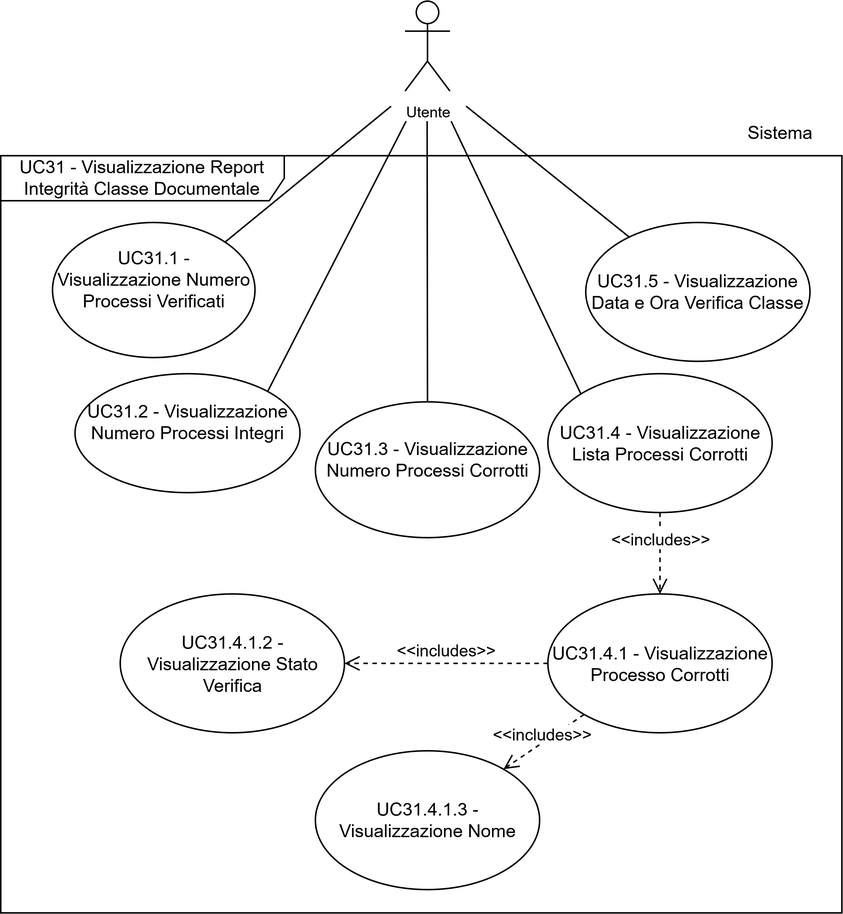
Above: assets/uml/UC31INC.png in 7-ZPUs/Docs (draw.io), before the change. Source tidied: cells renumbered, new cells last; positions are measured from the earlier drawing's top-left corner, leaving out a move shared by most shapes. The source it was exported from:
```xml
<mxGraphModel>
  <root>
    <mxCell id="0" />
    <mxCell id="1" parent="0" />
    <mxCell id="2" value=" UC31.1 - Visualizzazione Numero Processi Verificati&lt;div&gt;&lt;br/&gt;&lt;/div&gt;" style="ellipse;whiteSpace=wrap;html=1;" parent="1" vertex="1">
      <mxGeometry x="34.5" y="147.8" width="135" height="90" as="geometry" />
    </mxCell>
    <mxCell id="3" style="rounded=0;jettySize=auto;html=1;entryX=1;entryY=0;entryDx=0;entryDy=0;strokeColor=default;endArrow=none;endFill=0;" parent="1" edge="1" target="2">
      <mxGeometry relative="1" as="geometry">
        <mxPoint x="260.2" y="70.2" as="sourcePoint" />
      </mxGeometry>
    </mxCell>
    <mxCell id="4" value="&lt;font style=&quot;font-size: 10px;&quot;&gt;Utente&lt;/font&gt;" style="shape=umlActor;verticalLabelPosition=bottom;verticalAlign=top;html=1;" parent="1" vertex="1">
      <mxGeometry x="269.5" y="0.2" width="30" height="60" as="geometry" />
    </mxCell>
    <mxCell id="5" value="UC31 - Visualizzazione Report Integrità Classe Documentale" style="shape=umlFrame;whiteSpace=wrap;html=1;width=189;height=30;" parent="1" vertex="1">
      <mxGeometry y="103.2" width="560.8" height="504.5" as="geometry" />
    </mxCell>
    <mxCell id="6" value=" UC31.2 - Visualizzazione Numero Processi Integri&lt;div&gt;&lt;br/&gt;&lt;/div&gt;" style="ellipse;whiteSpace=wrap;html=1;" parent="1" vertex="1">
      <mxGeometry x="49.5" y="248.5" width="150" height="79.2" as="geometry" />
    </mxCell>
    <mxCell id="7" style="rounded=0;jettySize=auto;html=1;entryX=1;entryY=0;entryDx=0;entryDy=0;strokeColor=default;endArrow=none;endFill=0;" parent="1" edge="1" target="6">
      <mxGeometry relative="1" as="geometry">
        <mxPoint x="270.2" y="80.2" as="sourcePoint" />
      </mxGeometry>
    </mxCell>
    <mxCell id="8" value="UC31.3 - Visualizzazione Numero Processi Corrotti&lt;div&gt;&lt;br/&gt;&lt;/div&gt;" style="ellipse;whiteSpace=wrap;html=1;" parent="1" vertex="1">
      <mxGeometry x="209.8" y="267.2" width="149.5" height="90.5" as="geometry" />
    </mxCell>
    <mxCell id="9" style="rounded=0;jettySize=auto;html=1;entryX=0.5;entryY=0;entryDx=0;entryDy=0;strokeColor=default;endArrow=none;endFill=0;" parent="1" edge="1" target="8">
      <mxGeometry relative="1" as="geometry">
        <mxPoint x="284.2" y="80.2" as="sourcePoint" />
      </mxGeometry>
    </mxCell>
    <mxCell id="10" value="&lt;font style=&quot;font-size: 12px;&quot;&gt;Sistema&lt;/font&gt;" style="text;html=1;whiteSpace=wrap;strokeColor=none;fillColor=none;align=center;verticalAlign=middle;rounded=0;fontSize=10;" parent="1" vertex="1">
      <mxGeometry x="489.5" y="73.2" width="60" height="30" as="geometry" />
    </mxCell>
    <mxCell id="11" value="UC31.4 - Visualizzazione Lista Processi Corrotti" style="ellipse;whiteSpace=wrap;html=1;" parent="1" vertex="1">
      <mxGeometry x="364.8" y="248.5" width="149.5" height="92.5" as="geometry" />
    </mxCell>
    <mxCell id="12" style="rounded=0;jettySize=auto;html=1;strokeColor=default;endArrow=none;endFill=0;entryX=0;entryY=0;entryDx=0;entryDy=0;" parent="1" edge="1" target="11">
      <mxGeometry relative="1" as="geometry">
        <mxPoint x="300.2" y="80.2" as="sourcePoint" />
      </mxGeometry>
    </mxCell>
    <mxCell id="13" value="UC31.5 - Visualizzazione Data e Ora Verifica Classe" style="ellipse;whiteSpace=wrap;html=1;" parent="1" vertex="1">
      <mxGeometry x="390" y="147.8" width="149.5" height="92.5" as="geometry" />
    </mxCell>
    <mxCell id="14" style="rounded=0;jettySize=auto;html=1;strokeColor=default;endArrow=none;endFill=0;" parent="1" edge="1" target="13">
      <mxGeometry relative="1" as="geometry">
        <mxPoint x="310.2" y="70.2" as="sourcePoint" />
      </mxGeometry>
    </mxCell>
    <mxCell id="15" value="UC31.4.1 - Visualizzazione Processo Corrotti" style="ellipse;whiteSpace=wrap;html=1;" parent="1" vertex="1">
      <mxGeometry x="364.8" y="395.2" width="149.5" height="92.5" as="geometry" />
    </mxCell>
    <mxCell id="16" value="UC31.4.1.3 - Visualizzazione Nome" style="ellipse;whiteSpace=wrap;html=1;" parent="1" vertex="1">
      <mxGeometry x="209.8" y="499.8" width="149.5" height="92.5" as="geometry" />
    </mxCell>
    <mxCell id="17" value="UC31.4.1.2 - Visualizzazione Stato Verifica" style="ellipse;whiteSpace=wrap;html=1;" parent="1" vertex="1">
      <mxGeometry x="79.6" y="395.2" width="149.5" height="92.5" as="geometry" />
    </mxCell>
    <mxCell id="18" value="&amp;lt;&amp;lt;includes&amp;gt;&amp;gt;" style="html=1;verticalAlign=bottom;endArrow=open;dashed=1;endSize=8;curved=0;rounded=0;" parent="1" edge="1" source="11" target="15">
      <mxGeometry relative="1" as="geometry" />
    </mxCell>
    <mxCell id="19" value="&amp;lt;&amp;lt;includes&amp;gt;&amp;gt;" style="html=1;verticalAlign=bottom;endArrow=open;dashed=1;endSize=8;curved=0;rounded=0;" parent="1" edge="1" source="15" target="17">
      <mxGeometry relative="1" as="geometry" />
    </mxCell>
    <mxCell id="20" value="&amp;lt;&amp;lt;includes&amp;gt;&amp;gt;" style="html=1;verticalAlign=bottom;endArrow=open;dashed=1;endSize=8;curved=0;rounded=0;" parent="1" edge="1" source="15" target="16">
      <mxGeometry x="0.1" y="3" relative="1" as="geometry" />
    </mxCell>
  </root>
</mxGraphModel>
```
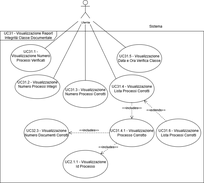
Above is the later version.

Diff of the diagram source:
```diff
@@ -14,7 +14,7 @@
       <mxGeometry x="269.5" y="0.2" width="30" height="60" as="geometry" />
     </mxCell>
     <mxCell id="5" value="UC31 - Visualizzazione Report Integrità Classe Documentale" style="shape=umlFrame;whiteSpace=wrap;html=1;width=189;height=30;" parent="1" vertex="1">
-      <mxGeometry y="103.2" width="560.8" height="504.5" as="geometry" />
+      <mxGeometry y="103.2" width="680" height="504.5" as="geometry" />
     </mxCell>
     <mxCell id="6" value=" UC31.2 - Visualizzazione Numero Processi Integri&lt;div&gt;&lt;br/&gt;&lt;/div&gt;" style="ellipse;whiteSpace=wrap;html=1;" parent="1" vertex="1">
       <mxGeometry x="49.5" y="248.5" width="150" height="79.2" as="geometry" />
@@ -51,13 +51,13 @@
         <mxPoint x="310.2" y="70.2" as="sourcePoint" />
       </mxGeometry>
     </mxCell>
-    <mxCell id="15" value="UC31.4.1 - Visualizzazione Processo Corrotti" style="ellipse;whiteSpace=wrap;html=1;" parent="1" vertex="1">
+    <mxCell id="15" value="UC31.4.1 - Visualizzazione Processo Corrotto" style="ellipse;whiteSpace=wrap;html=1;" parent="1" vertex="1">
       <mxGeometry x="364.8" y="395.2" width="149.5" height="92.5" as="geometry" />
     </mxCell>
-    <mxCell id="16" value="UC31.4.1.3 - Visualizzazione Nome" style="ellipse;whiteSpace=wrap;html=1;" parent="1" vertex="1">
+    <mxCell id="16" value="UC2.1.1 - Visualizzazione Id Processo" style="ellipse;whiteSpace=wrap;html=1;" parent="1" vertex="1">
       <mxGeometry x="209.8" y="499.8" width="149.5" height="92.5" as="geometry" />
     </mxCell>
-    <mxCell id="17" value="UC31.4.1.2 - Visualizzazione Stato Verifica" style="ellipse;whiteSpace=wrap;html=1;" parent="1" vertex="1">
+    <mxCell id="17" value="UC32.3 - Visualizzazione Numero Documenti Corrotti" style="ellipse;whiteSpace=wrap;html=1;" parent="1" vertex="1">
       <mxGeometry x="79.6" y="395.2" width="149.5" height="92.5" as="geometry" />
     </mxCell>
     <mxCell id="18" value="&amp;lt;&amp;lt;includes&amp;gt;&amp;gt;" style="html=1;verticalAlign=bottom;endArrow=open;dashed=1;endSize=8;curved=0;rounded=0;" parent="1" edge="1" source="11" target="15">
@@ -69,5 +69,14 @@
     <mxCell id="20" value="&amp;lt;&amp;lt;includes&amp;gt;&amp;gt;" style="html=1;verticalAlign=bottom;endArrow=open;dashed=1;endSize=8;curved=0;rounded=0;" parent="1" edge="1" source="15" target="16">
       <mxGeometry x="0.1" y="3" relative="1" as="geometry" />
     </mxCell>
+    <mxCell id="21" style="rounded=0;jettySize=auto;html=1;endArrow=open;endFill=0;endSize=8;dashed=1;" parent="1" edge="1" source="23" target="11">
+      <mxGeometry relative="1" as="geometry" />
+    </mxCell>
+    <mxCell id="22" value="&amp;lt;&amp;lt;extends&amp;gt;&amp;gt;" style="edgeLabel;html=1;align=center;verticalAlign=middle;" parent="21" vertex="1">
+      <mxGeometry x="0.01" y="-3" relative="1" as="geometry" />
+    </mxCell>
+    <mxCell id="23" value="UC31.6 - Visualizzazione Lista Processi Corrotti" style="ellipse;whiteSpace=wrap;html=1;" parent="1" vertex="1">
+      <mxGeometry x="520.5" y="395.2" width="149.5" height="92.5" as="geometry" />
+    </mxCell>
   </root>
 </mxGraphModel>
```
